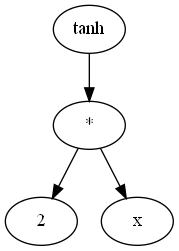
Before: algorithms/Outputs/Tests_analysis/trees/tree-50-3.gv.png, a diagram exported from Graphviz (Guilherme-Ataliba/CSOWP-Symbolic-Regression). Its source is kept beside it as algorithms/Outputs/Tests_analysis/trees/tree-50-3.gv.
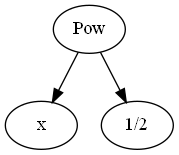
After the change.

Diff of the diagram source:
```diff
@@ -4,13 +4,11 @@
 "rankdir"="TD"
 
 
-"tanh(*(Integer(2), Symbol(x)))_()" ["color"="black", "label"="tanh", "shape"="ellipse"];
-"*(Integer(2), Symbol(x))_(0,)" ["color"="black", "label"="*", "shape"="ellipse"];
-"Integer(2)_(0, 0)" ["color"="black", "label"="2", "shape"="ellipse"];
-"Symbol(x)_(0, 1)" ["color"="black", "label"="x", "shape"="ellipse"];
+"Pow(Symbol(x), Half())_()" ["color"="black", "label"="Pow", "shape"="ellipse"];
+"Symbol(x)_(0,)" ["color"="black", "label"="x", "shape"="ellipse"];
+"Half()_(1,)" ["color"="black", "label"="1/2", "shape"="ellipse"];
 
 
-"tanh(*(Integer(2), Symbol(x)))_()" -> "*(Integer(2), Symbol(x))_(0,)";
-"*(Integer(2), Symbol(x))_(0,)" -> "Integer(2)_(0, 0)";
-"*(Integer(2), Symbol(x))_(0,)" -> "Symbol(x)_(0, 1)";
+"Pow(Symbol(x), Half())_()" -> "Symbol(x)_(0,)";
+"Pow(Symbol(x), Half())_()" -> "Half()_(1,)";
 }
```
